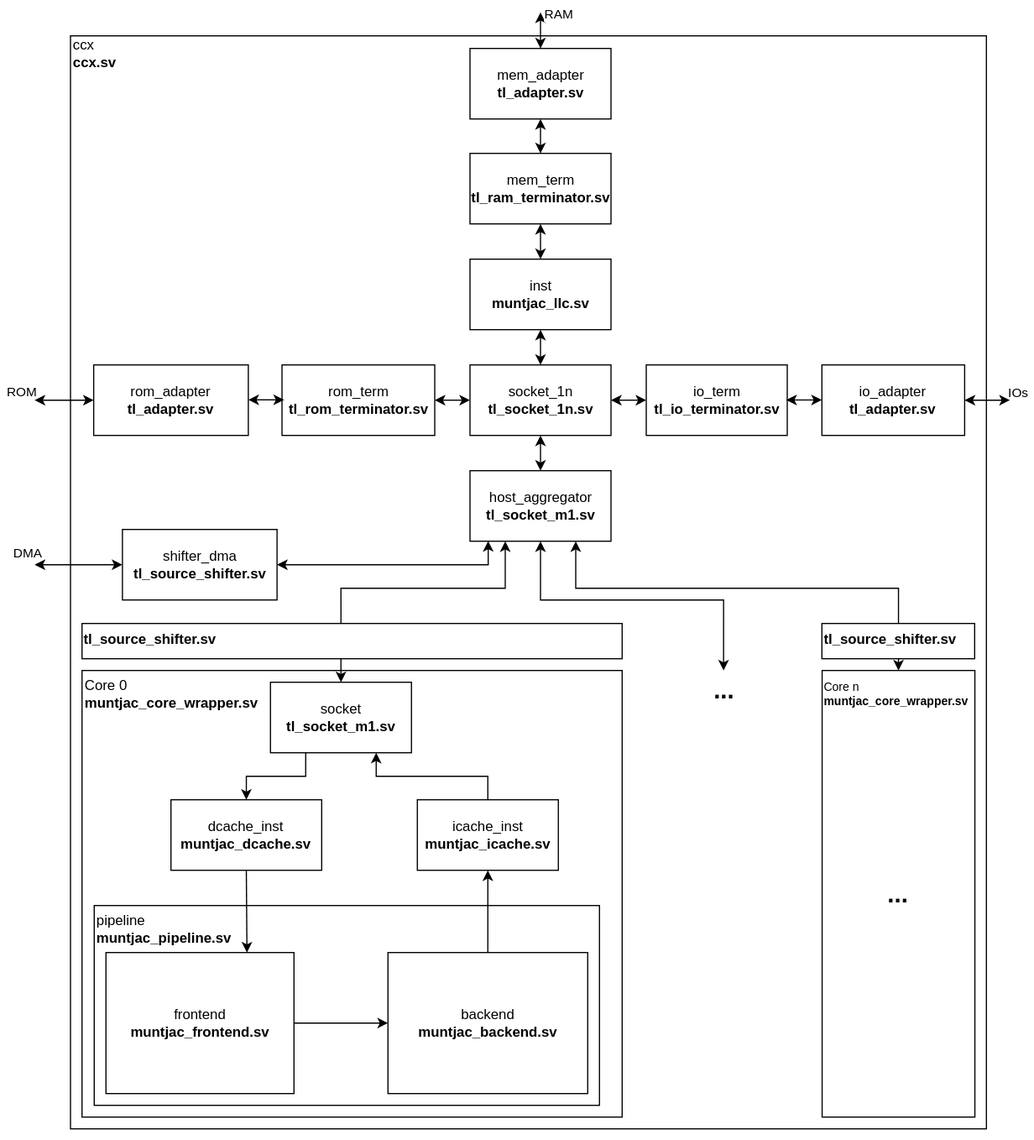
Above: docs/assets/ccx_schem.svg in maxletemple/muntjac-soc (draw.io), before the change. Source tidied: cells renumbered, new cells last; positions are measured from the earlier drawing's top-left corner, leaving out a move shared by most shapes.
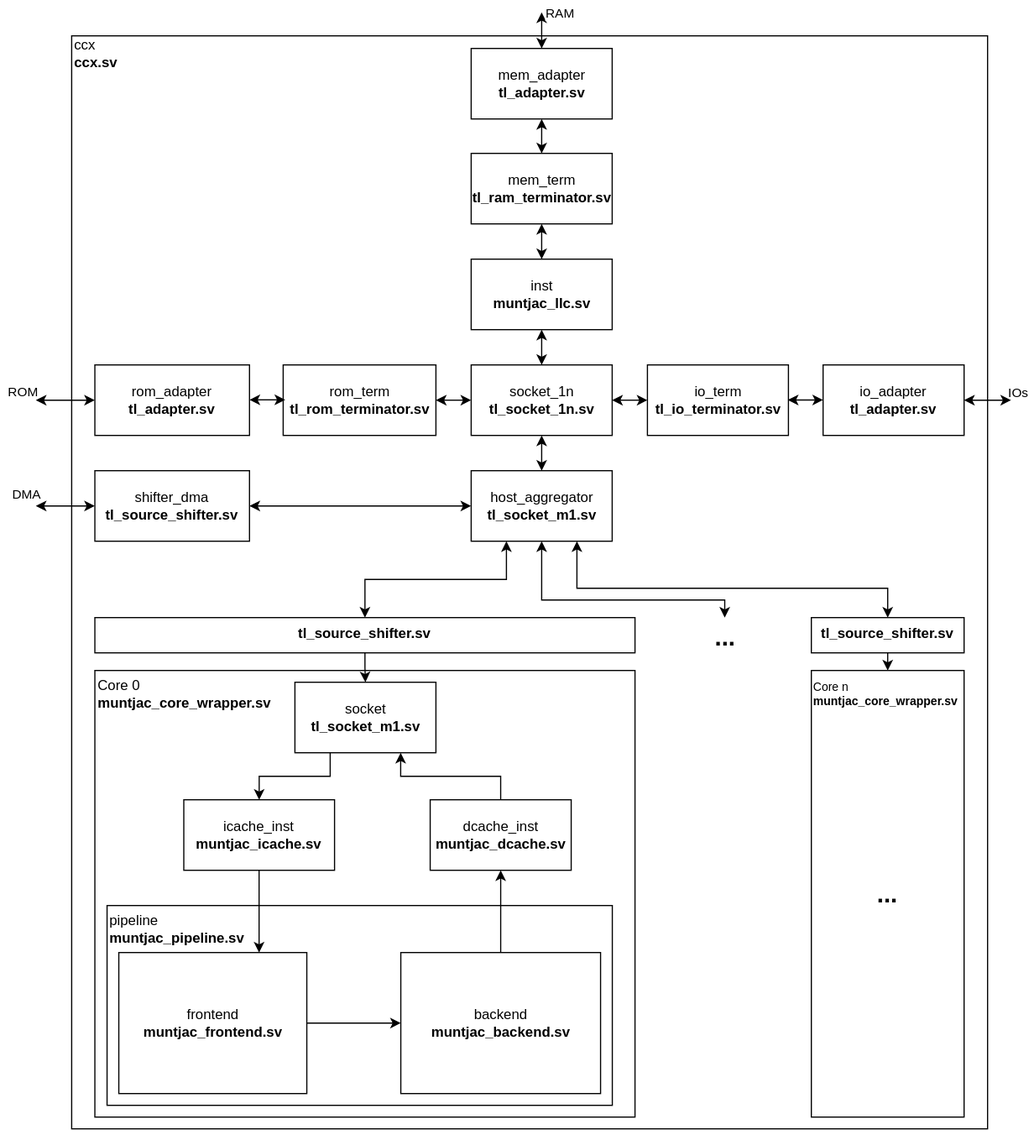
Above is the later version.

Commit message:
Add diagram of the CCX in the readme

What changed in the source:
```diff
@@ -9,24 +9,8 @@
       <mxGeometry x="60.5" y="30" width="779.5" height="930" as="geometry" />
     </mxCell>
     <mxCell id="4" style="rounded=0;whiteSpace=wrap;html=1;fillColor=none;" parent="1" vertex="1">
-      <mxGeometry x="70.3" y="570" width="459.7" height="380" as="geometry" />
+      <mxGeometry x="80.2" y="570" width="459.7" height="380" as="geometry" />
     </mxCell>
-    <mxCell id="5" style="edgeStyle=orthogonalEdgeStyle;rounded=0;jettySize=auto;html=1;exitX=0.25;exitY=1;exitDx=0;exitDy=0;entryX=0.5;entryY=0;entryDx=0;entryDy=0;startArrow=classic;startFill=1;" parent="1" edge="1" source="8" target="21">
-      <mxGeometry relative="1" as="geometry">
-        <Array as="points">
-          <mxPoint x="431" y="500" />
-          <mxPoint x="291" y="500" />
-        </Array>
-      </mxGeometry>
-    </mxCell>
-    <mxCell id="6" style="edgeStyle=orthogonalEdgeStyle;rounded=0;html=1;exitX=0.75;exitY=1;exitDx=0;exitDy=0;entryX=0.5;entryY=0;entryDx=0;entryDy=0;fontSize=21;startArrow=classic;startFill=1;endArrow=classic;endFill=1;" parent="1" edge="1" source="8" target="47">
-      <mxGeometry relative="1" as="geometry">
-        <Array as="points">
-          <mxPoint x="491" y="500" />
-          <mxPoint x="765" y="500" />
-        </Array>
-      </mxGeometry>
-    </mxCell>
     <mxCell id="7" style="edgeStyle=orthogonalEdgeStyle;rounded=0;html=1;entryX=0.5;entryY=0;entryDx=0;entryDy=0;fontSize=11;startArrow=classic;startFill=1;endArrow=classic;endFill=1;exitX=0.5;exitY=1;exitDx=0;exitDy=0;" parent="1" edge="1" source="8" target="45">
       <mxGeometry relative="1" as="geometry">
         <Array as="points">
@@ -35,6 +19,9 @@
         </Array>
       </mxGeometry>
     </mxCell>
+    <mxCell id="54" style="edgeStyle=orthogonalEdgeStyle;rounded=0;html=1;exitX=0.25;exitY=1;exitDx=0;exitDy=0;startArrow=classic;startFill=1;endArrow=classic;endFill=1;" parent="1" edge="1" source="8" target="52">
+      <mxGeometry relative="1" as="geometry" />
+    </mxCell>
     <mxCell id="8" value="&lt;div&gt;host_aggregator&lt;/div&gt;&lt;div&gt;&lt;b&gt;tl_socket_m1.sv&lt;/b&gt;&lt;br&gt;&lt;/div&gt;" style="rounded=0;whiteSpace=wrap;html=1;fillColor=none;" parent="1" vertex="1">
       <mxGeometry x="400.5" y="400" width="120" height="60" as="geometry" />
     </mxCell>
@@ -81,7 +68,7 @@
       <mxGeometry relative="1" as="geometry" />
     </mxCell>
     <mxCell id="21" value="&lt;div&gt;socket&lt;/div&gt;&lt;div&gt;&lt;b&gt;tl_socket_m1.sv&lt;/b&gt;&lt;br&gt;&lt;/div&gt;" style="rounded=0;whiteSpace=wrap;html=1;" parent="1" vertex="1">
-      <mxGeometry x="230.7" y="580" width="120" height="60" as="geometry" />
+      <mxGeometry x="250.5" y="580" width="120" height="60" as="geometry" />
     </mxCell>
     <mxCell id="22" style="edgeStyle=orthogonalEdgeStyle;rounded=0;jettySize=auto;html=1;exitX=0.5;exitY=0;exitDx=0;exitDy=0;entryX=0.75;entryY=1;entryDx=0;entryDy=0;" parent="1" edge="1" source="24" target="21">
       <mxGeometry relative="1" as="geometry" />
@@ -89,29 +76,26 @@
     <mxCell id="23" style="edgeStyle=none;rounded=0;html=1;exitX=0.5;exitY=1;exitDx=0;exitDy=0;entryX=0.5;entryY=0;entryDx=0;entryDy=0;fontSize=21;startArrow=classic;startFill=1;endArrow=none;endFill=0;" parent="1" edge="1" source="24" target="29">
       <mxGeometry relative="1" as="geometry" />
     </mxCell>
-    <mxCell id="24" value="&lt;div&gt;icache_inst&lt;/div&gt;&lt;div&gt;&lt;b&gt;muntjac_icache.sv&lt;/b&gt;&lt;br&gt;&lt;/div&gt;" style="rounded=0;whiteSpace=wrap;html=1;" parent="1" vertex="1">
-      <mxGeometry x="355.7" y="680" width="120" height="60" as="geometry" />
+    <mxCell id="24" value="&lt;div&gt;dcache_inst&lt;/div&gt;&lt;div&gt;&lt;b&gt;muntjac_dcache.sv&lt;/b&gt;&lt;br&gt;&lt;/div&gt;" style="rounded=0;whiteSpace=wrap;html=1;" parent="1" vertex="1">
+      <mxGeometry x="365.6" y="680" width="120" height="60" as="geometry" />
     </mxCell>
     <mxCell id="25" style="rounded=0;whiteSpace=wrap;html=1;fillColor=none;" parent="1" vertex="1">
-      <mxGeometry x="80.7" y="770" width="430" height="170" as="geometry" />
+      <mxGeometry x="90.6" y="770" width="430" height="170" as="geometry" />
     </mxCell>
     <mxCell id="26" style="edgeStyle=orthogonalEdgeStyle;rounded=0;jettySize=auto;html=1;exitX=1;exitY=0.5;exitDx=0;exitDy=0;entryX=0;entryY=0.5;entryDx=0;entryDy=0;" parent="1" edge="1" source="28" target="29">
       <mxGeometry relative="1" as="geometry" />
     </mxCell>
-    <mxCell id="27" style="rounded=0;html=1;exitX=0.75;exitY=0;exitDx=0;exitDy=0;entryX=0.5;entryY=1;entryDx=0;entryDy=0;fontSize=21;startArrow=classic;startFill=1;endArrow=none;endFill=0;" parent="1" edge="1" source="28" target="35">
-      <mxGeometry relative="1" as="geometry" />
-    </mxCell>
     <mxCell id="28" value="&lt;div&gt;frontend&lt;/div&gt;&lt;div&gt;&lt;b&gt;muntjac_frontend.sv&lt;/b&gt;&lt;br&gt;&lt;/div&gt;" style="rounded=0;whiteSpace=wrap;html=1;" parent="1" vertex="1">
-      <mxGeometry x="90.7" y="810" width="160" height="120" as="geometry" />
+      <mxGeometry x="100.6" y="810" width="160" height="120" as="geometry" />
     </mxCell>
     <mxCell id="29" value="&lt;div&gt;backend&lt;/div&gt;&lt;div&gt;&lt;b&gt;muntjac_backend.sv&lt;/b&gt;&lt;br&gt;&lt;/div&gt;" style="rounded=0;whiteSpace=wrap;html=1;" parent="1" vertex="1">
-      <mxGeometry x="330.7" y="810" width="170" height="120" as="geometry" />
+      <mxGeometry x="340.6" y="810" width="170" height="120" as="geometry" />
     </mxCell>
     <mxCell id="30" value="&lt;div align=&quot;left&quot;&gt;Core 0&lt;br&gt;&lt;/div&gt;&lt;div&gt;&lt;b&gt;muntjac_core_wrapper.sv&lt;/b&gt;&lt;br&gt;&lt;/div&gt;" style="text;html=1;align=left;verticalAlign=middle;whiteSpace=wrap;rounded=0;" parent="1" vertex="1">
-      <mxGeometry x="70.7" y="570" width="150" height="40" as="geometry" />
+      <mxGeometry x="80.6" y="570" width="150" height="40" as="geometry" />
     </mxCell>
     <mxCell id="31" value="&lt;div align=&quot;left&quot;&gt;pipeline&lt;/div&gt;&lt;div&gt;&lt;b&gt;muntjac_pipeline.sv&lt;/b&gt;&lt;br&gt;&lt;/div&gt;" style="text;html=1;align=left;verticalAlign=middle;whiteSpace=wrap;rounded=0;" parent="1" vertex="1">
-      <mxGeometry x="80.7" y="770" width="119.5" height="40" as="geometry" />
+      <mxGeometry x="90.6" y="770" width="119.5" height="40" as="geometry" />
     </mxCell>
     <mxCell id="32" style="edgeStyle=orthogonalEdgeStyle;rounded=0;jettySize=auto;html=1;startArrow=classic;startFill=1;entryX=0;entryY=0.5;entryDx=0;entryDy=0;" parent="1" edge="1" target="36">
       <mxGeometry relative="1" as="geometry">
@@ -129,8 +113,8 @@
     <mxCell id="34" value="&lt;div style=&quot;&quot;&gt;&lt;span style=&quot;background-color: initial;&quot;&gt;ccx&lt;/span&gt;&lt;/div&gt;&lt;div style=&quot;&quot;&gt;&lt;b style=&quot;background-color: initial;&quot;&gt;ccx.sv&lt;/b&gt;&lt;br&gt;&lt;/div&gt;" style="text;html=1;align=left;verticalAlign=middle;whiteSpace=wrap;rounded=0;" parent="1" vertex="1">
       <mxGeometry x="60.5" y="30" width="141.7" height="30" as="geometry" />
     </mxCell>
-    <mxCell id="35" value="&lt;div&gt;dcache_inst&lt;/div&gt;&lt;div&gt;&lt;b&gt;muntjac_dcache.sv&lt;/b&gt;&lt;br&gt;&lt;/div&gt;" style="rounded=0;whiteSpace=wrap;html=1;" parent="1" vertex="1">
-      <mxGeometry x="146" y="680" width="128.3" height="60" as="geometry" />
+    <mxCell id="35" value="&lt;div&gt;icache_inst&lt;/div&gt;&lt;div&gt;&lt;b&gt;muntjac_icache.sv&lt;/b&gt;&lt;br&gt;&lt;/div&gt;" style="rounded=0;whiteSpace=wrap;html=1;" parent="1" vertex="1">
+      <mxGeometry x="155.9" y="680" width="128.3" height="60" as="geometry" />
     </mxCell>
     <mxCell id="36" value="&lt;div&gt;rom_adapter&lt;br&gt;&lt;/div&gt;&lt;div&gt;&lt;b&gt;tl_adapter.sv&lt;/b&gt;&lt;br&gt;&lt;/div&gt;" style="rounded=0;whiteSpace=wrap;html=1;fillColor=none;" parent="1" vertex="1">
       <mxGeometry x="80.2" y="310" width="131.6" height="60" as="geometry" />
@@ -142,12 +126,12 @@
       </mxGeometry>
     </mxCell>
     <mxCell id="38" value="&lt;div&gt;io_adapter&lt;br&gt;&lt;/div&gt;&lt;div&gt;&lt;b&gt;tl_adapter.sv&lt;/b&gt;&lt;br&gt;&lt;/div&gt;" style="rounded=0;whiteSpace=wrap;html=1;fillColor=none;" parent="1" vertex="1">
-      <mxGeometry x="700" y="310" width="121.5" height="60" as="geometry" />
+      <mxGeometry x="700" y="310" width="120" height="60" as="geometry" />
     </mxCell>
-    <mxCell id="39" style="edgeStyle=orthogonalEdgeStyle;rounded=0;orthogonalLoop=1;jettySize=auto;html=1;exitX=0;exitY=0.5;exitDx=0;exitDy=0;entryX=1;entryY=0.5;entryDx=0;entryDy=0;startArrow=classic;startFill=1;" parent="1" edge="1">
+    <mxCell id="39" style="edgeStyle=orthogonalEdgeStyle;rounded=0;orthogonalLoop=1;jettySize=auto;html=1;exitX=0;exitY=0.5;exitDx=0;exitDy=0;startArrow=classic;startFill=1;" parent="1" edge="1">
       <mxGeometry relative="1" as="geometry">
         <mxPoint x="700" y="339.8" as="sourcePoint" />
-        <mxPoint x="669.6" y="339.8" as="targetPoint" />
+        <mxPoint x="670" y="340" as="targetPoint" />
       </mxGeometry>
     </mxCell>
     <mxCell id="40" value="&lt;div&gt;mem_term&lt;br&gt;&lt;/div&gt;&lt;div&gt;&lt;b&gt;tl_ram_terminator.sv&lt;/b&gt;&lt;br&gt;&lt;/div&gt;" style="rounded=0;whiteSpace=wrap;html=1;fillColor=none;" parent="1" vertex="1">
@@ -170,20 +154,28 @@
       <mxGeometry x="400.5" y="40.7" width="120" height="60" as="geometry" />
     </mxCell>
     <mxCell id="45" value="&lt;div style=&quot;font-size: 21px;&quot;&gt;...&lt;/div&gt;" style="text;html=1;align=center;verticalAlign=middle;whiteSpace=wrap;rounded=0;fontSize=21;fontStyle=1;" parent="1" vertex="1">
-      <mxGeometry x="550.5" y="570" width="131.6" height="31.1" as="geometry" />
+      <mxGeometry x="550.5" y="525" width="131.6" height="31.1" as="geometry" />
     </mxCell>
     <mxCell id="46" value="..." style="rounded=0;whiteSpace=wrap;html=1;fillColor=none;fontSize=21;fontStyle=1;" parent="1" vertex="1">
-      <mxGeometry x="700.2" y="570" width="130" height="380" as="geometry" />
+      <mxGeometry x="690" y="570" width="130" height="380" as="geometry" />
     </mxCell>
+    <mxCell id="55" style="edgeStyle=orthogonalEdgeStyle;html=1;exitX=0.5;exitY=0;exitDx=0;exitDy=0;entryX=0.75;entryY=1;entryDx=0;entryDy=0;rounded=0;startArrow=classic;startFill=1;endArrow=classic;endFill=1;" parent="1" edge="1" source="53" target="8">
+      <mxGeometry relative="1" as="geometry">
+        <Array as="points">
+          <mxPoint x="755" y="500" />
+          <mxPoint x="491" y="500" />
+        </Array>
+      </mxGeometry>
+    </mxCell>
     <mxCell id="47" value="&lt;div style=&quot;font-size: 10px;&quot; align=&quot;left&quot;&gt;Core n&lt;br&gt;&lt;/div&gt;&lt;div style=&quot;font-size: 10px;&quot;&gt;&lt;b style=&quot;font-size: 10px;&quot;&gt;muntjac_core_wrapper.sv&lt;/b&gt;&lt;br style=&quot;font-size: 10px;&quot;&gt;&lt;/div&gt;" style="text;html=1;align=left;verticalAlign=middle;whiteSpace=wrap;rounded=0;fontSize=10;" parent="1" vertex="1">
-      <mxGeometry x="700.2" y="570" width="130" height="40" as="geometry" />
+      <mxGeometry x="690" y="570" width="130" height="40" as="geometry" />
     </mxCell>
-    <mxCell id="48" style="edgeStyle=orthogonalEdgeStyle;rounded=0;html=1;entryX=0.129;entryY=0.997;entryDx=0;entryDy=0;entryPerimeter=0;fontSize=11;startArrow=classic;startFill=1;endArrow=classic;endFill=1;" parent="1" edge="1" source="51" target="8">
+    <mxCell id="48" style="edgeStyle=orthogonalEdgeStyle;rounded=0;html=1;entryX=0;entryY=0.5;entryDx=0;entryDy=0;fontSize=11;startArrow=classic;startFill=1;endArrow=classic;endFill=1;" parent="1" edge="1" source="51" target="8">
       <mxGeometry relative="1" as="geometry" />
     </mxCell>
     <mxCell id="49" style="edgeStyle=orthogonalEdgeStyle;rounded=0;html=1;fontSize=11;startArrow=classic;startFill=1;endArrow=classic;endFill=1;" parent="1" edge="1" source="51">
       <mxGeometry relative="1" as="geometry">
-        <mxPoint x="30" y="480" as="targetPoint" />
+        <mxPoint x="30" y="430" as="targetPoint" />
       </mxGeometry>
     </mxCell>
     <mxCell id="50" value="DMA" style="edgeLabel;html=1;align=center;verticalAlign=middle;fontSize=11;" parent="49" vertex="1">
@@ -192,13 +184,25 @@
       </mxGeometry>
     </mxCell>
     <mxCell id="51" value="&lt;div&gt;shifter_dma&lt;br&gt;&lt;/div&gt;&lt;div&gt;&lt;b&gt;tl_source_shifter.sv&lt;/b&gt;&lt;br&gt;&lt;/div&gt;" style="rounded=0;whiteSpace=wrap;html=1;fillColor=none;" parent="1" vertex="1">
-      <mxGeometry x="104.7" y="450" width="131.6" height="60" as="geometry" />
+      <mxGeometry x="80.2" y="400" width="131.6" height="60" as="geometry" />
     </mxCell>
+    <mxCell id="56" style="edgeStyle=orthogonalEdgeStyle;rounded=0;html=1;startArrow=none;startFill=0;endArrow=classic;endFill=1;" parent="1" edge="1" source="52" target="21">
+      <mxGeometry relative="1" as="geometry" />
+    </mxCell>
-    <mxCell id="52" value="&lt;b&gt;tl_source_shifter.sv&lt;/b&gt;" style="rounded=0;whiteSpace=wrap;html=1;fontSize=12;fillColor=default;align=left;verticalAlign=top;" parent="1" vertex="1">
-      <mxGeometry x="70.3" y="530" width="459.7" height="30" as="geometry" />
+    <mxCell id="52" value="&lt;b&gt;tl_source_shifter.sv&lt;/b&gt;" style="rounded=0;whiteSpace=wrap;html=1;fontSize=12;fillColor=default;align=center;verticalAlign=top;" parent="1" vertex="1">
+      <mxGeometry x="80.2" y="525" width="459.7" height="30" as="geometry" />
     </mxCell>
+    <mxCell id="57" style="edgeStyle=orthogonalEdgeStyle;rounded=0;html=1;exitX=0.5;exitY=1;exitDx=0;exitDy=0;entryX=0.5;entryY=0;entryDx=0;entryDy=0;startArrow=none;startFill=0;endArrow=classic;endFill=1;" parent="1" edge="1" source="53" target="47">
+      <mxGeometry relative="1" as="geometry" />
+    </mxCell>
-    <mxCell id="53" value="&lt;b&gt;tl_source_shifter.sv&lt;/b&gt;" style="rounded=0;whiteSpace=wrap;html=1;fontSize=12;fillColor=default;align=left;verticalAlign=top;" parent="1" vertex="1">
-      <mxGeometry x="700" y="530" width="130" height="30" as="geometry" />
+    <mxCell id="53" value="&lt;b&gt;tl_source_shifter.sv&lt;/b&gt;" style="rounded=0;whiteSpace=wrap;html=1;fontSize=12;fillColor=default;align=center;verticalAlign=top;" parent="1" vertex="1">
+      <mxGeometry x="690" y="525" width="130" height="30" as="geometry" />
     </mxCell>
+    <mxCell id="58" style="endArrow=none;startArrow=classic;html=1;rounded=0;startFill=1;endFill=0;" parent="1" edge="1">
+      <mxGeometry relative="1" as="geometry">
+        <mxPoint x="220" y="810" as="sourcePoint" />
+        <mxPoint x="220" y="740" as="targetPoint" />
+      </mxGeometry>
+    </mxCell>
   </root>
 </mxGraphModel>
```
